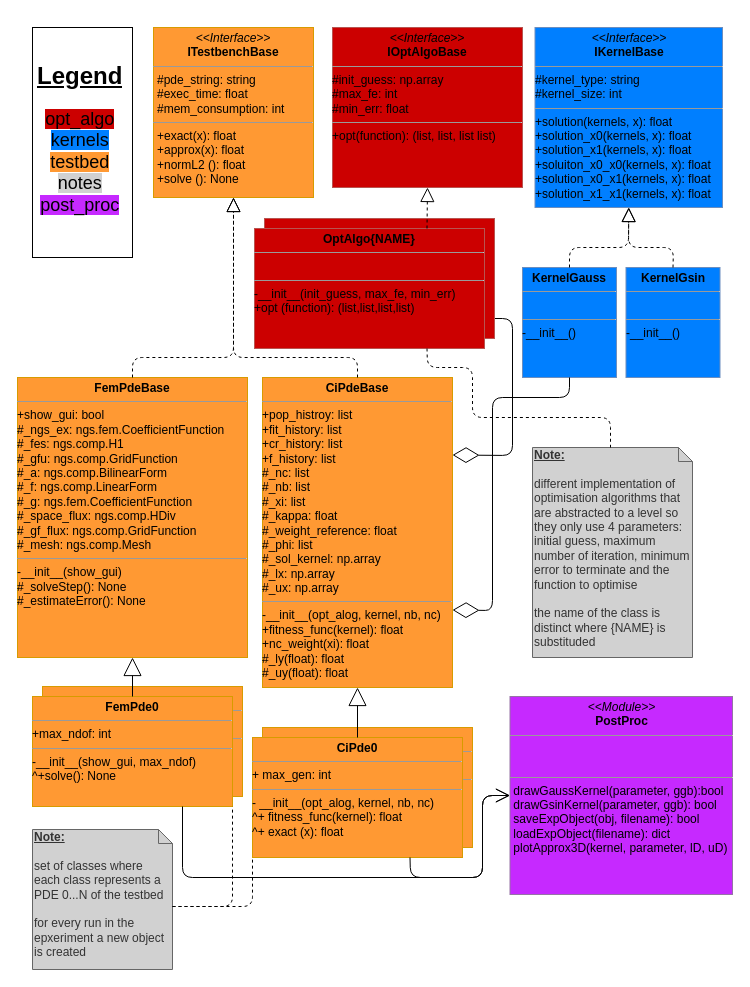
Earlier version of the draw.io diagram code/uml_diag/testbench_uml_class.drawio (nicolai-schwartze/Masterthesis). Source tidied: cells renumbered, new cells numbered last; positions are measured from the earlier drawing's top-left corner, leaving out a move shared by most shapes. Both pictures are drawn from the tidied source at 100%, with x=0, y=0 at pixel (17, 27).
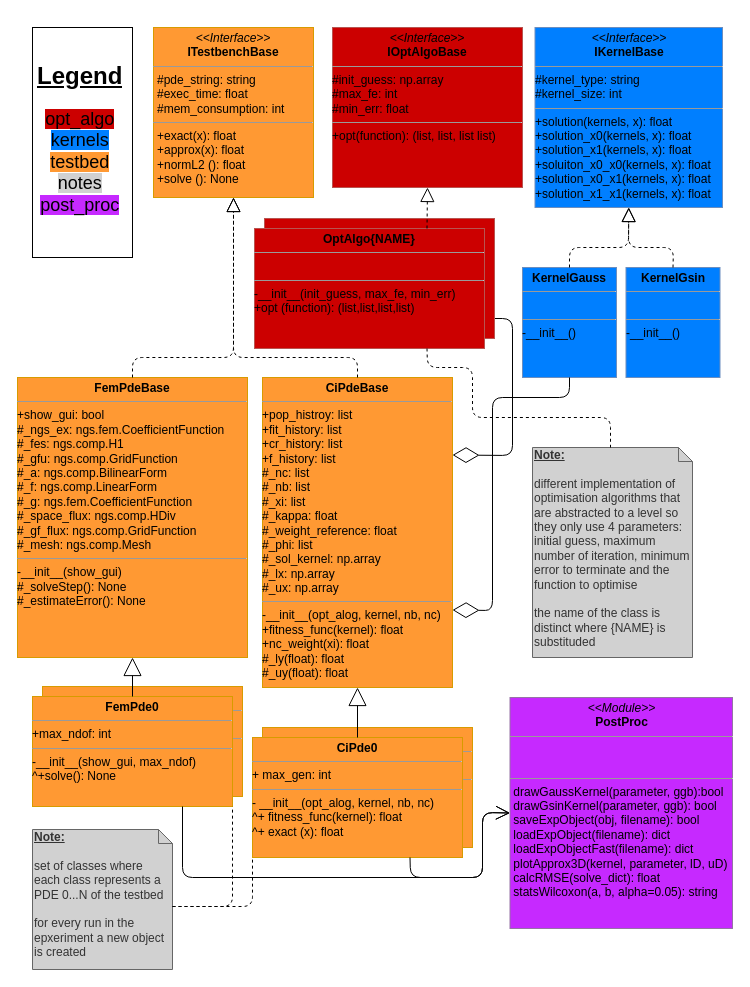
The same diagram, later.

Unchanged cells that the change refers to:
```xml
<mxCell id="13" value="&lt;p style=&quot;margin: 0px ; margin-top: 4px ; text-align: center&quot;&gt;&lt;b&gt;FemPde0&lt;/b&gt;&lt;br&gt;&lt;/p&gt;&lt;hr size=&quot;1&quot;&gt;&lt;div&gt;+max_ndof: int&lt;br&gt;&lt;/div&gt;&lt;hr size=&quot;1&quot;&gt;&lt;div&gt;-__init__(show_gui, max_ndof)&lt;/div&gt;&lt;div&gt;^+solve(): None&lt;/div&gt;" style="verticalAlign=top;align=left;overflow=fill;fontSize=12;fontFamily=Helvetica;html=1;fillColor=#FF9933;strokeColor=#d79b00;" parent="1" vertex="1">
  <mxGeometry x="15" y="669" width="200" height="110" as="geometry" />
</mxCell>
<mxCell id="15" value="&lt;p style=&quot;margin: 0px ; margin-top: 4px ; text-align: center&quot;&gt;&lt;b&gt;CiPde0&lt;/b&gt;&lt;br&gt;&lt;/p&gt;&lt;hr size=&quot;1&quot;&gt;&lt;div&gt;+ max_gen: int&lt;br&gt;&lt;/div&gt;&lt;hr size=&quot;1&quot;&gt;&lt;div&gt;- __init__(opt_alog, kernel, nb, nc)&lt;/div&gt;&lt;div&gt;^+ fitness_func(kernel): float&lt;br&gt;&lt;/div&gt;&lt;div&gt;^+ exact (x): float&lt;br&gt;&lt;/div&gt;&lt;div&gt;&lt;br&gt;&lt;/div&gt;" style="verticalAlign=top;align=left;overflow=fill;fontSize=12;fontFamily=Helvetica;html=1;fillColor=#FF9933;strokeColor=#d79b00;" parent="1" vertex="1">
  <mxGeometry x="235" y="710" width="210" height="120" as="geometry" />
</mxCell>
```

The edit, as a diff of the source:
```diff
@@
-    <mxCell id="27" style="endArrow=open;endFill=1;endSize=12;html=1;entryX=0;entryY=0.5;entryDx=0;entryDy=0;exitX=0.75;exitY=1;exitDx=0;exitDy=0;" parent="1" edge="1" source="15" target="29">
+    <mxCell id="27" style="endArrow=open;endFill=1;endSize=12;html=1;exitX=0.75;exitY=1;exitDx=0;exitDy=0;entryX=0;entryY=0.5;entryDx=0;entryDy=0;" parent="1" edge="1" source="15" target="29">
       <mxGeometry relative="1" as="geometry">
         <Array as="points">
           <mxPoint x="393" y="850" />
           <mxPoint x="465" y="850" />
-          <mxPoint x="465" y="768" />
+          <mxPoint x="465" y="785" />
         </Array>
       </mxGeometry>
     </mxCell>
     <mxCell id="28" style="endArrow=open;endFill=1;endSize=12;html=1;exitX=0.75;exitY=1;exitDx=0;exitDy=0;entryX=0;entryY=0.5;entryDx=0;entryDy=0;" parent="1" edge="1" source="13" target="29">
       <mxGeometry relative="1" as="geometry">
         <Array as="points">
           <mxPoint x="165" y="850" />
           <mxPoint x="465" y="850" />
-          <mxPoint x="465" y="768" />
+          <mxPoint x="465" y="785" />
         </Array>
       </mxGeometry>
     </mxCell>
-    <mxCell id="29" value="&lt;p style=&quot;margin: 0px ; margin-top: 4px ; text-align: center&quot;&gt;&lt;i&gt;&amp;lt;&amp;lt;Module&amp;gt;&amp;gt;&lt;/i&gt;&lt;br&gt;&lt;b&gt;PostProc&lt;/b&gt;&lt;/p&gt;&lt;hr size=&quot;1&quot;&gt;&lt;p style=&quot;margin: 0px ; margin-left: 4px&quot;&gt;&lt;br&gt;&lt;/p&gt;&lt;p style=&quot;margin: 0px ; margin-left: 4px&quot;&gt;&lt;br&gt;&lt;/p&gt;&lt;hr size=&quot;1&quot;&gt;&lt;div&gt;&amp;nbsp;drawGaussKernel(parameter, ggb):bool&lt;/div&gt;&lt;div&gt;&amp;nbsp;drawGsinKernel(parameter, ggb): bool&lt;/div&gt;&lt;div&gt;&amp;nbsp;saveExpObject(obj, filename): bool&lt;/div&gt;&lt;div&gt;&amp;nbsp;loadExpObject(filename): dict&lt;/div&gt;&lt;div&gt;&amp;nbsp;plotApprox3D(kernel, parameter, lD, uD)&lt;br&gt;&lt;/div&gt;" style="verticalAlign=top;align=left;overflow=fill;fontSize=12;fontFamily=Helvetica;html=1;fillColor=#C629FF;strokeColor=#9673a6;" parent="1" vertex="1">
-      <mxGeometry x="492.5" y="669" width="222.5" height="198" as="geometry" />
+    <mxCell id="29" value="&lt;p style=&quot;margin: 0px ; margin-top: 4px ; text-align: center&quot;&gt;&lt;i&gt;&amp;lt;&amp;lt;Module&amp;gt;&amp;gt;&lt;/i&gt;&lt;br&gt;&lt;b&gt;PostProc&lt;/b&gt;&lt;/p&gt;&lt;hr size=&quot;1&quot;&gt;&lt;p style=&quot;margin: 0px ; margin-left: 4px&quot;&gt;&lt;br&gt;&lt;/p&gt;&lt;p style=&quot;margin: 0px ; margin-left: 4px&quot;&gt;&lt;br&gt;&lt;/p&gt;&lt;hr size=&quot;1&quot;&gt;&lt;div&gt;&amp;nbsp;drawGaussKernel(parameter, ggb):bool&lt;/div&gt;&lt;div&gt;&amp;nbsp;drawGsinKernel(parameter, ggb): bool&lt;/div&gt;&lt;div&gt;&amp;nbsp;saveExpObject(obj, filename): bool&lt;/div&gt;&lt;div&gt;&amp;nbsp;loadExpObject(filename): dict&lt;/div&gt;&lt;div&gt;&amp;nbsp;loadExpObjectFast(filename): dict &lt;br&gt;&lt;/div&gt;&lt;div&gt;&amp;nbsp;plotApprox3D(kernel, parameter, lD, uD)&lt;/div&gt;&lt;div&gt;&amp;nbsp;calcRMSE(solve_dict): float&lt;/div&gt;&lt;div&gt;&amp;nbsp;statsWilcoxon(a, b, alpha=0.05): string&lt;br&gt;&lt;/div&gt;&lt;div&gt;&lt;br&gt;&lt;/div&gt;" style="verticalAlign=top;align=left;overflow=fill;fontSize=12;fontFamily=Helvetica;html=1;fillColor=#C629FF;strokeColor=#9673a6;" parent="1" vertex="1">
+      <mxGeometry x="492.5" y="670" width="222.5" height="231" as="geometry" />
     </mxCell>
```
